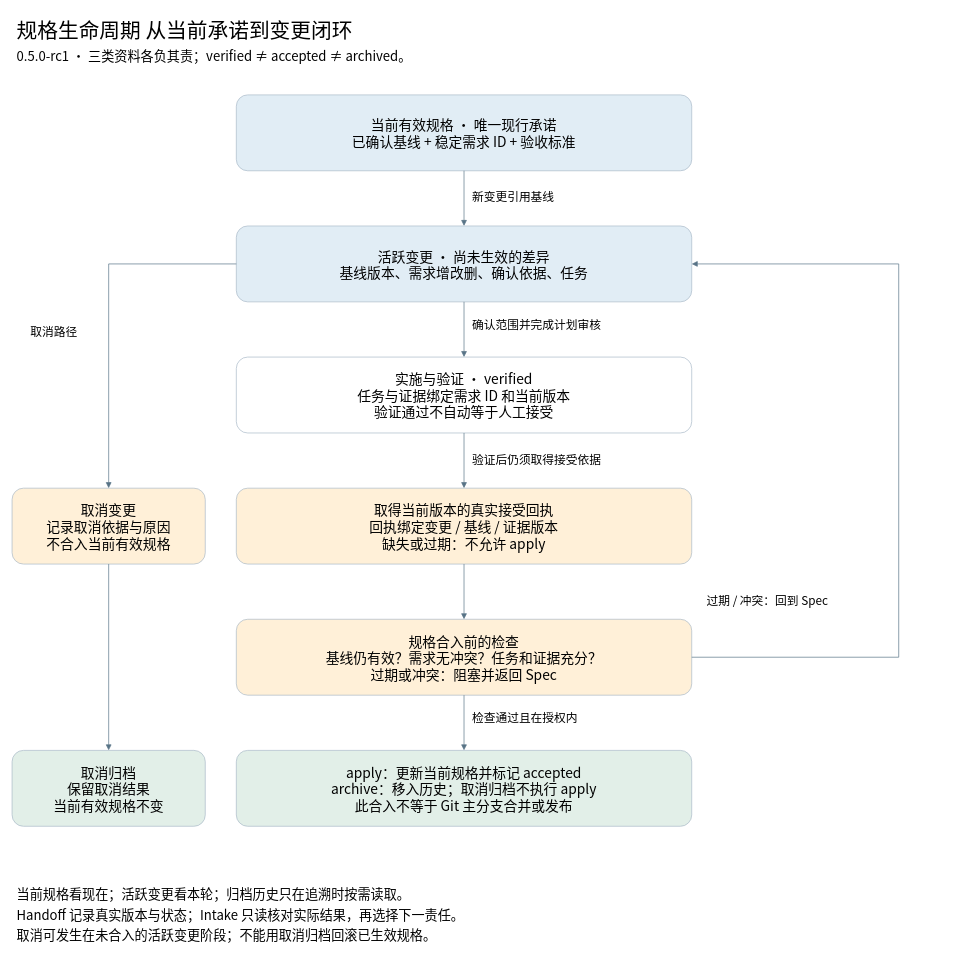
Above: docs/diagrams/spec-lifecycle.drawio in chyhelloworld/ForgeFlowSkill (draw.io), before the change. Source tidied: cells renumbered, new cells numbered last; positions are measured from the earlier drawing's top-left corner, leaving out a move shared by most shapes. Both pictures are drawn from the tidied source at 69%, with x=0, y=0 at pixel (12, 12).
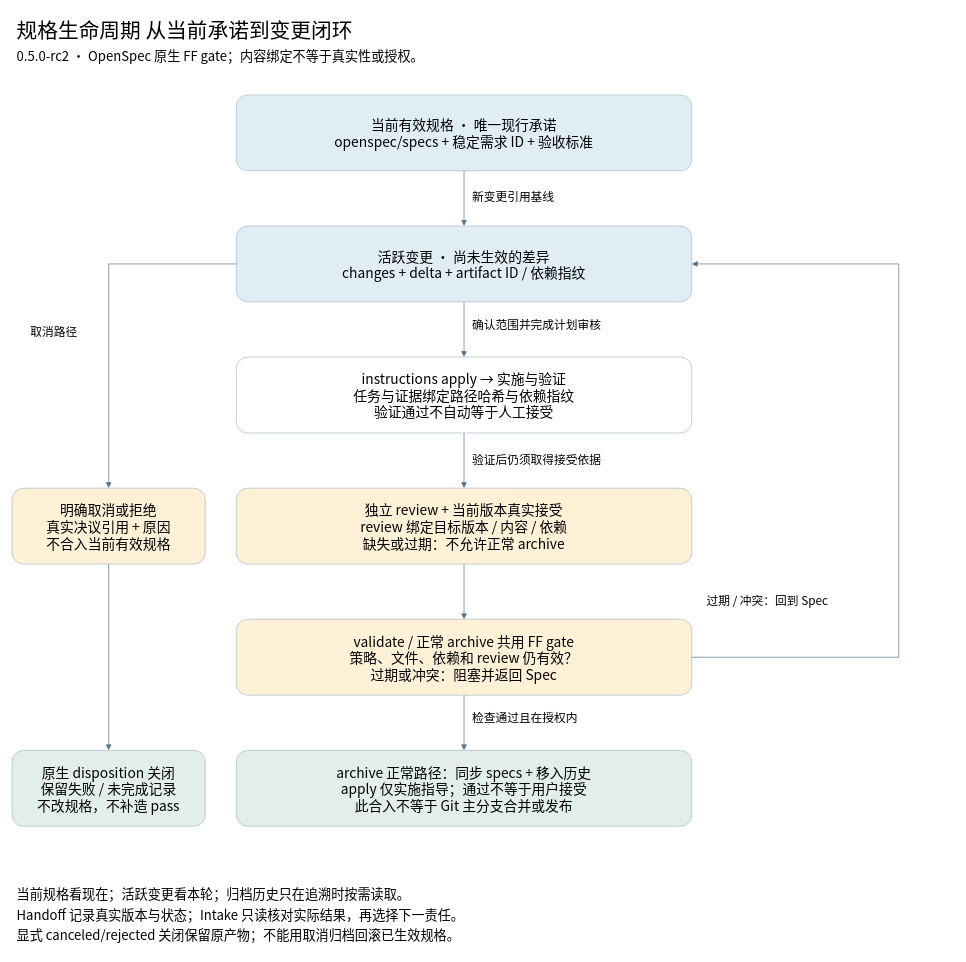
The same page after the edit.

The edit, as a diff of the source:
```diff
@@
-    <mxCell id="3" value="0.5.0-rc1 · 三类资料各负其责；verified ≠ accepted ≠ archived。" style="text;html=0;align=left;whiteSpace=wrap;strokeColor=none;fillColor=none;fontFamily=Noto Sans CJK SC;fontSize=19;" parent="1" vertex="1">
+    <mxCell id="3" value="0.5.0-rc2 · OpenSpec 原生 FF gate；内容绑定不等于真实性或授权。" style="text;html=0;align=left;whiteSpace=wrap;strokeColor=none;fillColor=none;fontFamily=Noto Sans CJK SC;fontSize=19;" parent="1" vertex="1">
       <mxGeometry x="5" y="45" width="1300" height="40" as="geometry" />
     </mxCell>
@@
-    <mxCell id="6" value="取消可发生在未合入的活跃变更阶段；不能用取消归档回滚已生效规格。" style="text;html=0;align=left;whiteSpace=wrap;strokeColor=none;fillColor=none;fontFamily=Noto Sans CJK SC;fontSize=19;" parent="1" vertex="1">
+    <mxCell id="6" value="显式 canceled/rejected 关闭保留原产物；不能用取消归档回滚已生效规格。" style="text;html=0;align=left;whiteSpace=wrap;strokeColor=none;fillColor=none;fontFamily=Noto Sans CJK SC;fontSize=19;" parent="1" vertex="1">
       <mxGeometry x="5" y="1320" width="1300" height="40" as="geometry" />
     </mxCell>
-    <mxCell id="7" value="当前有效规格 · 唯一现行承诺&#10;已确认基线 + 稳定需求 ID + 验收标准" style="rounded=1;whiteSpace=wrap;html=0;fillColor=#e1edf5;strokeColor=#a9bac8;fontFamily=Noto Sans CJK SC;fontSize=20;" parent="1" vertex="1">
+    <mxCell id="7" value="当前有效规格 · 唯一现行承诺&#10;openspec/specs + 稳定需求 ID + 验收标准" style="rounded=1;whiteSpace=wrap;html=0;fillColor=#e1edf5;strokeColor=#a9bac8;fontFamily=Noto Sans CJK SC;fontSize=20;" parent="1" vertex="1">
       <mxGeometry x="325" y="120" width="660" height="110" as="geometry" />
     </mxCell>
-    <mxCell id="8" value="活跃变更 · 尚未生效的差异&#10;基线版本、需求增改删、确认依据、任务" style="rounded=1;whiteSpace=wrap;html=0;fillColor=#e1edf5;strokeColor=#a9bac8;fontFamily=Noto Sans CJK SC;fontSize=20;" parent="1" vertex="1">
+    <mxCell id="8" value="活跃变更 · 尚未生效的差异&#10;changes + delta + artifact ID / 依赖指纹" style="rounded=1;whiteSpace=wrap;html=0;fillColor=#e1edf5;strokeColor=#a9bac8;fontFamily=Noto Sans CJK SC;fontSize=20;" parent="1" vertex="1">
       <mxGeometry x="325" y="310" width="660" height="110" as="geometry" />
     </mxCell>
-    <mxCell id="9" value="实施与验证 · verified&#10;任务与证据绑定需求 ID 和当前版本&#10;验证通过不自动等于人工接受" style="rounded=1;whiteSpace=wrap;html=0;fillColor=#ffffff;strokeColor=#a9bac8;fontFamily=Noto Sans CJK SC;fontSize=20;" parent="1" vertex="1">
+    <mxCell id="9" value="instructions apply → 实施与验证&#10;任务与证据绑定路径哈希与依赖指纹&#10;验证通过不自动等于人工接受" style="rounded=1;whiteSpace=wrap;html=0;fillColor=#ffffff;strokeColor=#a9bac8;fontFamily=Noto Sans CJK SC;fontSize=20;" parent="1" vertex="1">
       <mxGeometry x="325" y="500" width="660" height="110" as="geometry" />
     </mxCell>
-    <mxCell id="10" value="取得当前版本的真实接受回执&#10;回执绑定变更 / 基线 / 证据版本&#10;缺失或过期：不允许 apply" style="rounded=1;whiteSpace=wrap;html=0;fillColor=#fff0d8;strokeColor=#a9bac8;fontFamily=Noto Sans CJK SC;fontSize=20;" parent="1" vertex="1">
+    <mxCell id="10" value="独立 review + 当前版本真实接受&#10;review 绑定目标版本 / 内容 / 依赖&#10;缺失或过期：不允许正常 archive" style="rounded=1;whiteSpace=wrap;html=0;fillColor=#fff0d8;strokeColor=#a9bac8;fontFamily=Noto Sans CJK SC;fontSize=20;" parent="1" vertex="1">
       <mxGeometry x="325" y="690" width="660" height="110" as="geometry" />
     </mxCell>
-    <mxCell id="11" value="规格合入前的检查&#10;基线仍有效？需求无冲突？任务和证据充分？&#10;过期或冲突：阻塞并返回 Spec" style="rounded=1;whiteSpace=wrap;html=0;fillColor=#fff0d8;strokeColor=#a9bac8;fontFamily=Noto Sans CJK SC;fontSize=20;" parent="1" vertex="1">
+    <mxCell id="11" value="validate / 正常 archive 共用 FF gate&#10;策略、文件、依赖和 review 仍有效？&#10;过期或冲突：阻塞并返回 Spec" style="rounded=1;whiteSpace=wrap;html=0;fillColor=#fff0d8;strokeColor=#a9bac8;fontFamily=Noto Sans CJK SC;fontSize=20;" parent="1" vertex="1">
       <mxGeometry x="325" y="880" width="660" height="110" as="geometry" />
     </mxCell>
-    <mxCell id="12" value="apply：更新当前规格并标记 accepted&#10;archive：移入历史；取消归档不执行 apply&#10;此合入不等于 Git 主分支合并或发布" style="rounded=1;whiteSpace=wrap;html=0;fillColor=#e2efe8;strokeColor=#a9bac8;fontFamily=Noto Sans CJK SC;fontSize=20;" parent="1" vertex="1">
+    <mxCell id="12" value="archive 正常路径：同步 specs + 移入历史&#10;apply 仅实施指导；通过不等于用户接受&#10;此合入不等于 Git 主分支合并或发布" style="rounded=1;whiteSpace=wrap;html=0;fillColor=#e2efe8;strokeColor=#a9bac8;fontFamily=Noto Sans CJK SC;fontSize=20;" parent="1" vertex="1">
       <mxGeometry x="325" y="1070" width="660" height="110" as="geometry" />
     </mxCell>
-    <mxCell id="13" value="取消变更&#10;记录取消依据与原因&#10;不合入当前有效规格" style="rounded=1;whiteSpace=wrap;html=0;fillColor=#fff0d8;strokeColor=#a9bac8;fontFamily=Noto Sans CJK SC;fontSize=20;" parent="1" vertex="1">
+    <mxCell id="13" value="明确取消或拒绝&#10;真实决议引用 + 原因&#10;不合入当前有效规格" style="rounded=1;whiteSpace=wrap;html=0;fillColor=#fff0d8;strokeColor=#a9bac8;fontFamily=Noto Sans CJK SC;fontSize=20;" parent="1" vertex="1">
       <mxGeometry y="690" width="280" height="110" as="geometry" />
     </mxCell>
-    <mxCell id="14" value="取消归档&#10;保留取消结果&#10;当前有效规格不变" style="rounded=1;whiteSpace=wrap;html=0;fillColor=#e2efe8;strokeColor=#a9bac8;fontFamily=Noto Sans CJK SC;fontSize=20;" parent="1" vertex="1">
+    <mxCell id="14" value="原生 disposition 关闭&#10;保留失败 / 未完成记录&#10;不改规格，不补造 pass" style="rounded=1;whiteSpace=wrap;html=0;fillColor=#e2efe8;strokeColor=#a9bac8;fontFamily=Noto Sans CJK SC;fontSize=20;" parent="1" vertex="1">
       <mxGeometry y="1070" width="280" height="110" as="geometry" />
     </mxCell>
```
